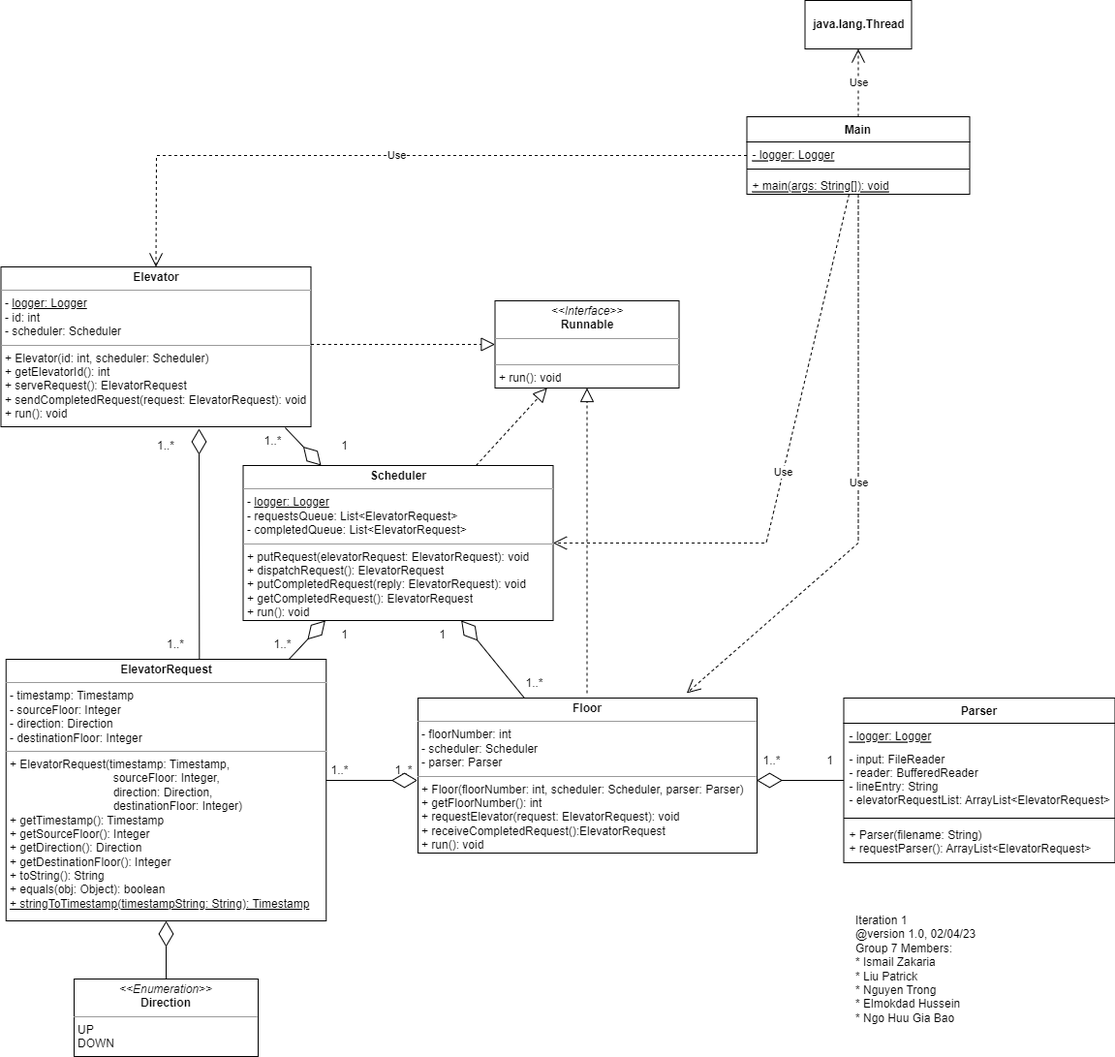
Above: documentation/P1-UML-class.drawio.png in bobbyngo/Elevator-Control-System-And-Simulator (draw.io), before the change. Source tidied: cells renumbered, new cells last; positions are measured from the earlier drawing's top-left corner, leaving out a move shared by most shapes.
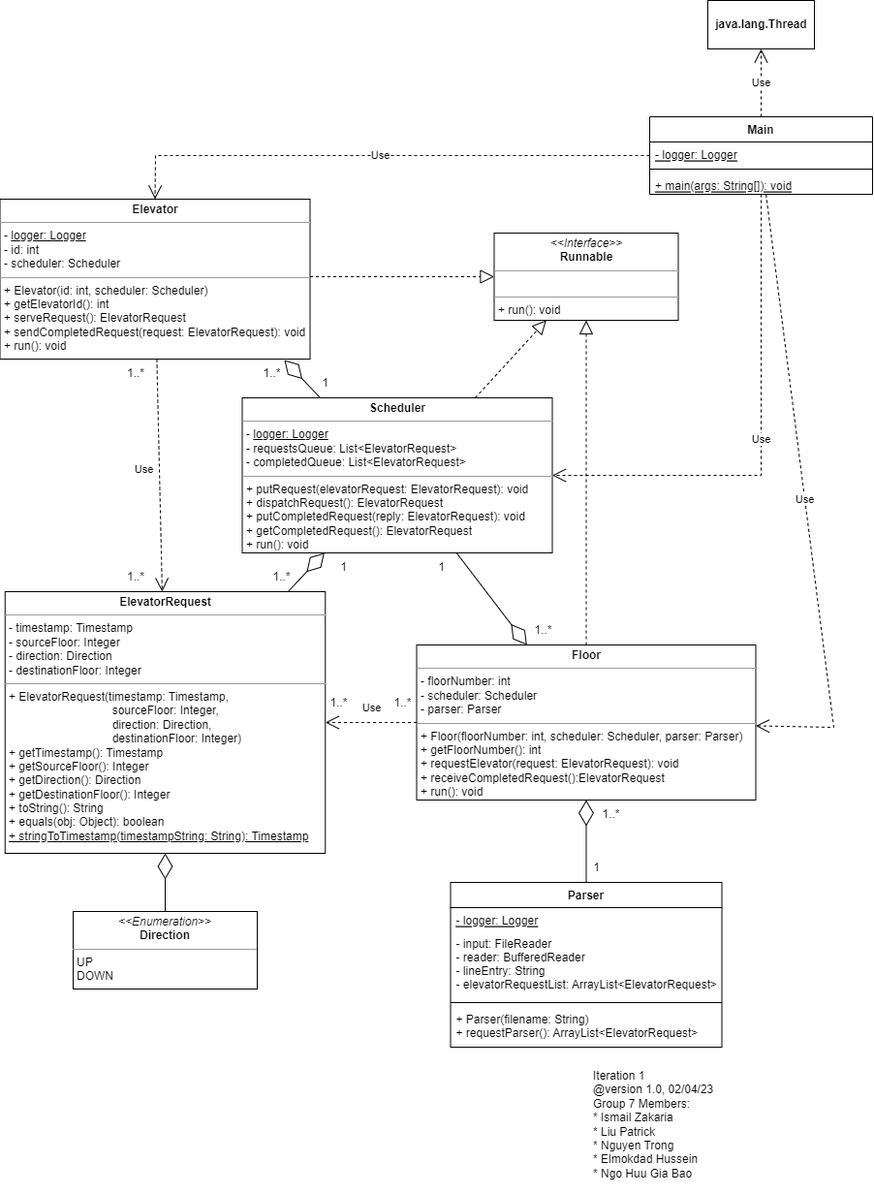
Later version of the same file.

Change to the diagram source:
```diff
@@ -11,7 +11,7 @@
       <mxGeometry x="509.5" y="310" width="190" height="90" as="geometry" />
     </mxCell>
     <mxCell id="4" value="Main" style="swimlane;fontStyle=1;align=center;verticalAlign=top;horizontal=1;startSize=26;" parent="1" vertex="1">
-      <mxGeometry x="769.5" y="120" width="230" height="80" as="geometry" />
+      <mxGeometry x="670" y="190" width="230" height="80" as="geometry" />
     </mxCell>
     <mxCell id="5" value="- logger: Logger" style="text;strokeColor=none;fillColor=none;align=left;verticalAlign=top;spacingLeft=4;spacingRight=4;overflow=hidden;fontStyle=4;" parent="4" vertex="1">
       <mxGeometry y="26" width="230" height="24" as="geometry" />
@@ -25,13 +25,11 @@
     <mxCell id="8" value="&lt;p style=&quot;margin:0px;margin-top:4px;text-align:center;&quot;&gt;&lt;i&gt;&amp;lt;&amp;lt;Enumeration&amp;gt;&amp;gt;&lt;/i&gt;&lt;br&gt;&lt;b&gt;Direction&lt;/b&gt;&lt;/p&gt;&lt;hr size=&quot;1&quot;&gt;&lt;p style=&quot;margin:0px;margin-left:4px;&quot;&gt;UP&lt;/p&gt;&lt;p style=&quot;margin:0px;margin-left:4px;&quot;&gt;DOWN&lt;/p&gt;" style="verticalAlign=top;align=left;overflow=fill;fontSize=12;fontFamily=Helvetica;html=1;" parent="1" vertex="1">
       <mxGeometry x="75" y="1010" width="190" height="80" as="geometry" />
     </mxCell>
-    <mxCell id="9" style="endArrow=block;dashed=1;endFill=0;endSize=12;html=1;rounded=0;" parent="1" edge="1" target="3">
-      <mxGeometry relative="1" as="geometry">
-        <mxPoint x="604.5" y="715" as="sourcePoint" />
-      </mxGeometry>
+    <mxCell id="9" style="endArrow=block;dashed=1;endFill=0;endSize=12;html=1;rounded=0;" parent="1" edge="1" source="44" target="3">
+      <mxGeometry relative="1" as="geometry" />
     </mxCell>
     <mxCell id="10" value="Parser" style="swimlane;fontStyle=1;align=center;verticalAlign=top;horizontal=1;startSize=26;" parent="1" vertex="1">
-      <mxGeometry x="869.5" y="720" width="280" height="170" as="geometry" />
+      <mxGeometry x="464.5" y="980" width="280" height="170" as="geometry" />
     </mxCell>
     <mxCell id="11" value="- logger: Logger" style="text;strokeColor=none;fillColor=none;align=left;verticalAlign=top;spacingLeft=4;spacingRight=4;overflow=hidden;fontStyle=4;" parent="10" vertex="1">
       <mxGeometry y="26" width="280" height="24" as="geometry" />
@@ -50,13 +48,8 @@
         <mxPoint x="490" y="480" as="sourcePoint" />
       </mxGeometry>
     </mxCell>
-    <mxCell id="16" style="endArrow=diamondThin;endFill=0;endSize=24;html=1;rounded=0;entryX=0.639;entryY=1.012;entryDx=0;entryDy=0;entryPerimeter=0;" parent="1" edge="1" target="41">
-      <mxGeometry relative="1" as="geometry">
-        <mxPoint x="204.3" y="680" as="sourcePoint" />
-      </mxGeometry>
-    </mxCell>
     <mxCell id="17" value="&lt;b&gt;java.lang.Thread&lt;/b&gt;" style="html=1;" parent="1" vertex="1">
-      <mxGeometry x="829.5" width="110" height="50" as="geometry" />
+      <mxGeometry x="730" y="70" width="110" height="50" as="geometry" />
     </mxCell>
     <mxCell id="18" value="Use" style="endArrow=open;endSize=12;dashed=1;html=1;rounded=0;" parent="1" edge="1" source="4" target="17">
       <mxGeometry relative="1" as="geometry" />
@@ -64,53 +57,44 @@
     <mxCell id="19" value="Use" style="endArrow=open;endSize=12;dashed=1;html=1;rounded=0;entryX=0.5;entryY=0;entryDx=0;entryDy=0;" parent="1" edge="1" source="4" target="41">
       <mxGeometry relative="1" as="geometry">
         <Array as="points">
-          <mxPoint x="160" y="160" />
+          <mxPoint x="160" y="230" />
         </Array>
       </mxGeometry>
     </mxCell>
-    <mxCell id="20" style="endArrow=diamondThin;endFill=0;endSize=24;html=1;rounded=0;" parent="1" edge="1" source="10">
-      <mxGeometry relative="1" as="geometry">
-        <mxPoint x="779.5" y="805" as="targetPoint" />
-      </mxGeometry>
+    <mxCell id="20" style="endArrow=diamondThin;endFill=0;endSize=24;html=1;rounded=0;" parent="1" edge="1" source="10" target="44">
+      <mxGeometry relative="1" as="geometry" />
     </mxCell>
-    <mxCell id="21" style="endArrow=diamondThin;endFill=0;endSize=24;html=1;rounded=0;exitX=0.917;exitY=1.006;exitDx=0;exitDy=0;exitPerimeter=0;" parent="1" edge="1" source="41">
+    <mxCell id="21" style="endArrow=diamondThin;endFill=0;endSize=24;html=1;rounded=0;exitX=0.917;exitY=1.006;exitDx=0;exitDy=0;exitPerimeter=0;entryX=0.917;entryY=1.006;entryDx=0;entryDy=0;entryPerimeter=0;" parent="1" edge="1" target="41">
       <mxGeometry relative="1" as="geometry">
-        <mxPoint x="330" y="480" as="targetPoint" />
+        <mxPoint x="330" y="480" as="sourcePoint" />
       </mxGeometry>
     </mxCell>
     <mxCell id="22" style="endArrow=diamondThin;endFill=0;endSize=24;html=1;rounded=0;" parent="1" edge="1" source="42" target="40">
       <mxGeometry relative="1" as="geometry" />
     </mxCell>
-    <mxCell id="23" style="endArrow=diamondThin;endFill=0;endSize=24;html=1;rounded=0;" parent="1" edge="1" source="44" target="40">
+    <mxCell id="23" style="endArrow=diamondThin;endFill=0;endSize=24;html=1;rounded=0;" parent="1" edge="1" source="40" target="44">
       <mxGeometry relative="1" as="geometry" />
     </mxCell>
-    <mxCell id="24" style="endArrow=diamondThin;endFill=0;endSize=24;html=1;rounded=0;" parent="1" edge="1">
-      <mxGeometry relative="1" as="geometry">
-        <mxPoint x="334" y="805" as="sourcePoint" />
-        <mxPoint x="429.5" y="805" as="targetPoint" />
-      </mxGeometry>
-    </mxCell>
     <mxCell id="25" value="Use" style="endArrow=open;endSize=12;dashed=1;html=1;rounded=0;" parent="1" edge="1" source="4">
       <mxGeometry relative="1" as="geometry">
         <mxPoint x="569.5" y="560" as="targetPoint" />
         <Array as="points">
-          <mxPoint x="789.5" y="560" />
+          <mxPoint x="785" y="560" />
         </Array>
       </mxGeometry>
     </mxCell>
-    <mxCell id="26" value="Use" style="endArrow=open;endSize=12;dashed=1;html=1;rounded=0;" parent="1" edge="1" source="4">
+    <mxCell id="26" value="Use" style="endArrow=open;endSize=12;dashed=1;html=1;rounded=0;" parent="1" edge="1" source="4" target="44">
       <mxGeometry relative="1" as="geometry">
-        <mxPoint x="707.4" y="715" as="targetPoint" />
         <Array as="points">
-          <mxPoint x="884.5" y="560" />
+          <mxPoint x="860" y="820" />
         </Array>
       </mxGeometry>
     </mxCell>
     <mxCell id="27" value="1..*" style="text;html=1;strokeColor=none;fillColor=none;align=center;verticalAlign=middle;whiteSpace=wrap;rounded=0;" parent="1" vertex="1">
-      <mxGeometry x="140" y="445" width="60" height="30" as="geometry" />
+      <mxGeometry x="110" y="440" width="60" height="30" as="geometry" />
     </mxCell>
     <mxCell id="28" value="1..*" style="text;html=1;strokeColor=none;fillColor=none;align=center;verticalAlign=middle;whiteSpace=wrap;rounded=0;" parent="1" vertex="1">
-      <mxGeometry x="150" y="650" width="60" height="30" as="geometry" />
+      <mxGeometry x="110" y="650" width="60" height="30" as="geometry" />
     </mxCell>
     <mxCell id="29" value="1..*" style="text;html=1;align=center;verticalAlign=middle;strokeColor=none;fillColor=none;" parent="1" vertex="1">
       <mxGeometry x="329" y="780" width="40" height="30" as="geometry" />
@@ -119,10 +103,10 @@
       <mxGeometry x="394.5" y="780" width="40" height="30" as="geometry" />
     </mxCell>
     <mxCell id="31" value="1..*" style="text;html=1;align=center;verticalAlign=middle;strokeColor=none;fillColor=none;" parent="1" vertex="1">
-      <mxGeometry x="774.5" y="770" width="40" height="30" as="geometry" />
+      <mxGeometry x="610" y="895" width="40" height="30" as="geometry" />
     </mxCell>
     <mxCell id="32" value="1" style="text;html=1;align=center;verticalAlign=middle;strokeColor=none;fillColor=none;" parent="1" vertex="1">
-      <mxGeometry x="839.5" y="770" width="30" height="30" as="geometry" />
+      <mxGeometry x="600" y="950" width="30" height="30" as="geometry" />
     </mxCell>
     <mxCell id="33" value="1" style="text;html=1;align=center;verticalAlign=middle;strokeColor=none;fillColor=none;" parent="1" vertex="1">
       <mxGeometry x="339" y="640" width="30" height="30" as="geometry" />
@@ -131,19 +115,19 @@
       <mxGeometry x="440" y="640" width="30" height="30" as="geometry" />
     </mxCell>
     <mxCell id="35" value="1" style="text;html=1;align=center;verticalAlign=middle;strokeColor=none;fillColor=none;" parent="1" vertex="1">
-      <mxGeometry x="339" y="445" width="30" height="30" as="geometry" />
+      <mxGeometry x="319.5" y="450" width="30" height="30" as="geometry" />
     </mxCell>
     <mxCell id="36" value="1..*" style="text;html=1;align=center;verticalAlign=middle;strokeColor=none;fillColor=none;" parent="1" vertex="1">
       <mxGeometry x="259.5" y="440" width="40" height="30" as="geometry" />
     </mxCell>
     <mxCell id="37" value="1..*" style="text;html=1;align=center;verticalAlign=middle;strokeColor=none;fillColor=none;" parent="1" vertex="1">
-      <mxGeometry x="529.5" y="690" width="40" height="30" as="geometry" />
+      <mxGeometry x="540" y="705" width="40" height="30" as="geometry" />
     </mxCell>
     <mxCell id="38" value="1..*" style="text;html=1;align=center;verticalAlign=middle;strokeColor=none;fillColor=none;" parent="1" vertex="1">
       <mxGeometry x="270" y="650" width="40" height="30" as="geometry" />
     </mxCell>
     <mxCell id="39" value="&lt;div&gt;Iteration 1&amp;nbsp;&lt;/div&gt;&lt;div&gt;@version 1.0, 02/04/23&lt;/div&gt;&lt;div&gt;Group 7 Members:&lt;/div&gt;&lt;div&gt;* Ismail Zakaria&lt;/div&gt;&lt;div&gt;* Liu Patrick&lt;/div&gt;&lt;div&gt;* Nguyen Trong&lt;/div&gt;&lt;div&gt;* Elmokdad Hussein&lt;/div&gt;&lt;div&gt;* Ngo Huu Gia Bao&lt;/div&gt;" style="text;html=1;strokeColor=none;fillColor=none;align=left;verticalAlign=middle;whiteSpace=wrap;rounded=0;" parent="1" vertex="1">
-      <mxGeometry x="880" y="930" width="140" height="140" as="geometry" />
+      <mxGeometry x="610" y="1160" width="140" height="140" as="geometry" />
     </mxCell>
     <mxCell id="40" value="&lt;p style=&quot;margin:0px;margin-top:4px;text-align:center;&quot;&gt;&lt;b&gt;Scheduler&lt;/b&gt;&lt;br&gt;&lt;/p&gt;&lt;hr size=&quot;1&quot;&gt;&lt;p style=&quot;margin:0px;margin-left:4px;&quot;&gt;- &lt;u&gt;logger: Logger&lt;/u&gt;&lt;br&gt;&lt;/p&gt;&lt;p style=&quot;margin:0px;margin-left:4px;&quot;&gt;- requestsQueue: List&amp;lt;ElevatorRequest&amp;gt;&lt;br&gt;&lt;/p&gt;&lt;p style=&quot;margin:0px;margin-left:4px;&quot;&gt;- completedQueue: List&amp;lt;ElevatorRequest&amp;gt;&lt;br&gt;&lt;/p&gt;&lt;hr size=&quot;1&quot;&gt;&lt;p style=&quot;margin:0px;margin-left:4px;&quot;&gt;+ putRequest(elevatorRequest: ElevatorRequest): void&lt;/p&gt;&lt;p style=&quot;margin:0px;margin-left:4px;&quot;&gt;+ dispatchRequest(): ElevatorRequest&lt;/p&gt;&lt;p style=&quot;margin:0px;margin-left:4px;&quot;&gt;+ putCompletedRequest(reply: ElevatorRequest): void&lt;/p&gt;&lt;p style=&quot;margin:0px;margin-left:4px;&quot;&gt;+ getCompletedRequest(): ElevatorRequest&lt;br style=&quot;border-color: var(--border-color); padding: 0px; margin: 0px;&quot;&gt;+ run(): void&lt;br&gt;&lt;/p&gt;" style="verticalAlign=top;align=left;overflow=fill;fontSize=12;fontFamily=Helvetica;html=1;" parent="1" vertex="1">
       <mxGeometry x="249.5" y="480" width="320" height="160" as="geometry" />
@@ -158,7 +142,17 @@
       <mxGeometry relative="1" as="geometry" />
     </mxCell>
     <mxCell id="44" value="&lt;p style=&quot;margin:0px;margin-top:4px;text-align:center;&quot;&gt;&lt;b&gt;Floor&lt;/b&gt;&lt;br&gt;&lt;/p&gt;&lt;hr size=&quot;1&quot;&gt;&lt;p style=&quot;margin:0px;margin-left:4px;&quot;&gt;- floorNumber: int&lt;br style=&quot;border-color: var(--border-color); padding: 0px; margin: 0px;&quot;&gt;- scheduler: Scheduler&lt;br style=&quot;border-color: var(--border-color); padding: 0px; margin: 0px;&quot;&gt;- parser: Parser&lt;br&gt;&lt;/p&gt;&lt;hr size=&quot;1&quot;&gt;&lt;p style=&quot;margin:0px;margin-left:4px;&quot;&gt;+ Floor(floorNumber: int, scheduler: Scheduler, parser: Parser)&lt;br style=&quot;border-color: var(--border-color); padding: 0px; margin: 0px;&quot;&gt;+ getFloorNumber(): int&lt;br style=&quot;border-color: var(--border-color); padding: 0px; margin: 0px;&quot;&gt;+ requestElevator(request: ElevatorRequest): void&lt;/p&gt;&lt;p style=&quot;margin:0px;margin-left:4px;&quot;&gt;+ receiveCompletedRequest():ElevatorRequest&lt;br style=&quot;border-color: var(--border-color); padding: 0px; margin: 0px;&quot;&gt;+ run(): void&lt;br&gt;&lt;/p&gt;&lt;div style=&quot;border-color: var(--border-color); padding: 0px; margin: 0px;&quot;&gt;&lt;br style=&quot;border-color: var(--border-color); padding: 0px; margin: 0px;&quot;&gt;&lt;/div&gt;" style="verticalAlign=top;align=left;overflow=fill;fontSize=12;fontFamily=Helvetica;html=1;" parent="1" vertex="1">
-      <mxGeometry x="430" y="720" width="350" height="160" as="geometry" />
+      <mxGeometry x="429.5" y="735" width="350" height="160" as="geometry" />
     </mxCell>
+    <mxCell id="45" value="Use" style="endArrow=open;endSize=12;dashed=1;html=1;rounded=0;" parent="1" edge="1" source="44" target="42">
+      <mxGeometry x="-0.05" y="-15" relative="1" as="geometry">
+        <mxPoint x="-1" as="offset" />
+      </mxGeometry>
+    </mxCell>
+    <mxCell id="46" value="Use" style="endArrow=open;endSize=12;dashed=1;html=1;rounded=0;" parent="1" edge="1" source="41" target="42">
+      <mxGeometry x="-0.05" y="-15" relative="1" as="geometry">
+        <mxPoint x="-1" as="offset" />
+      </mxGeometry>
+    </mxCell>
   </root>
 </mxGraphModel>
```
